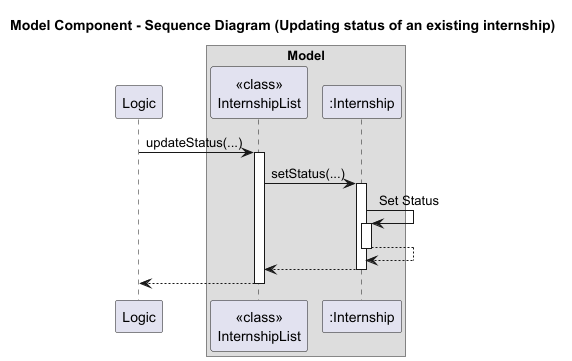
The PlantUML diagram docs/diagrams/ModelComponentSD_Update.png in AY2526S1-CS2113-W14-4/tp, before a commit. The source it was exported from:
```plantuml
@startuml
title Model Component - Sequence Diagram (Updating status of an existing internship)
participant Logic as "Logic"

box Model
participant InternshipList as "<<class>>\nInternshipList"
participant Internship as ":Internship"
endbox

Logic -> InternshipList: updateStatus(...)
activate InternshipList
InternshipList -> Internship: setStatus(...)
activate Internship
Internship -> Internship : Set Status
activate Internship
Internship --> Internship
deactivate Internship
Internship --> InternshipList
deactivate Internship
InternshipList --> Logic
deactivate InternshipList

@enduml
```
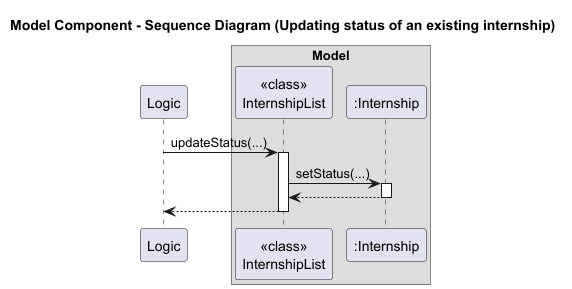
The same file after the commit.

What changed in the source:
```diff
@@ -11,10 +11,6 @@
 activate InternshipList
 InternshipList -> Internship: setStatus(...)
 activate Internship
-Internship -> Internship : Set Status
-activate Internship
-Internship --> Internship
-deactivate Internship
 Internship --> InternshipList
 deactivate Internship
 InternshipList --> Logic
```
